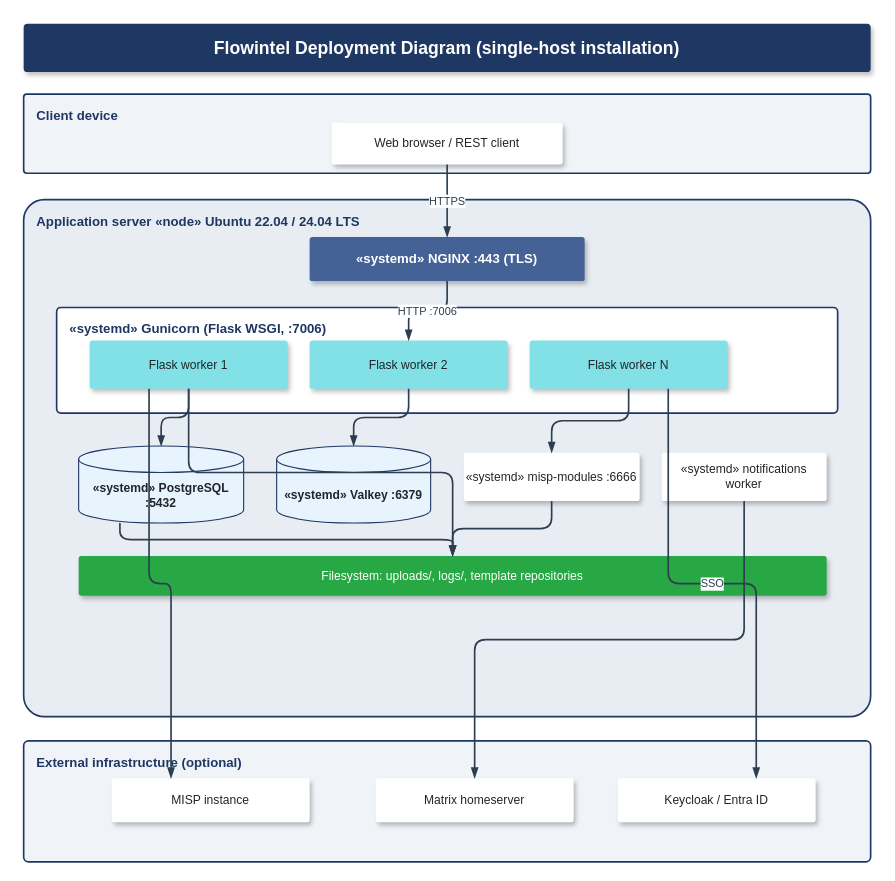
Before: doc/technical-specifications-diagrams/flowintel-technical-Deployment.drawio in flowintel/flowintel, a draw.io diagram. Source tidied: cells renumbered, new cells numbered last; positions are measured from the earlier drawing's top-left corner, leaving out a move shared by most shapes. Both pictures are drawn from the tidied source at 110%, with x=0, y=0 at pixel (23, 23).
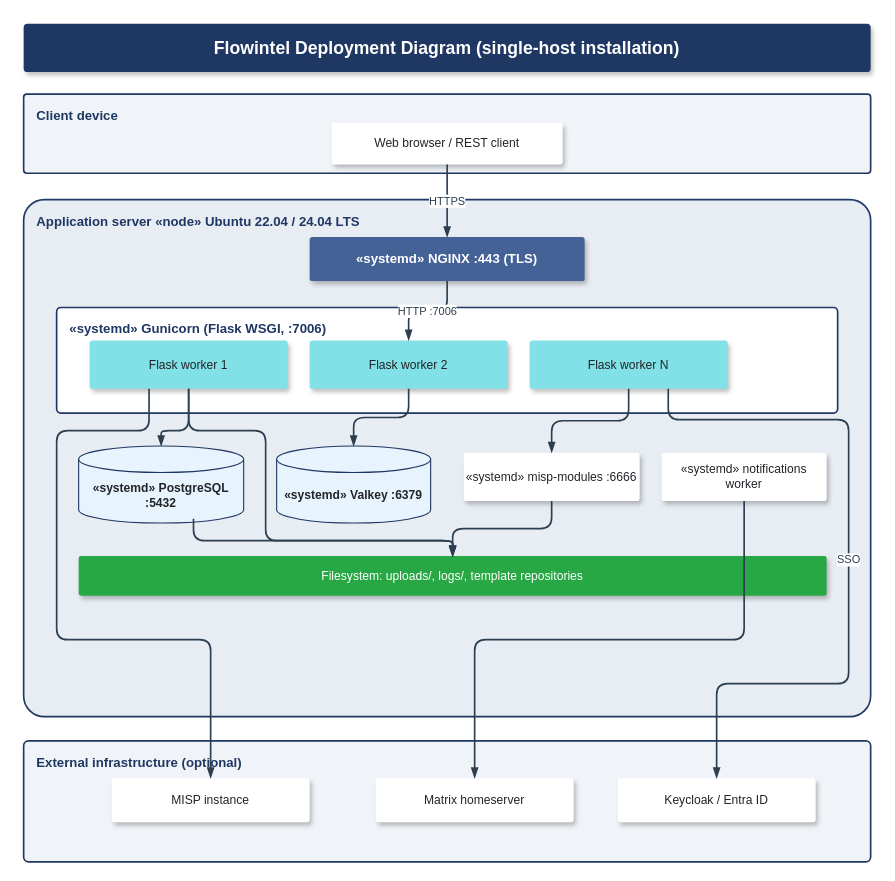
The same page after the edit.

Commit message (it also covers changes not shown here):
Initial version technical specifications and architecture according to EACTDA template

Unchanged cells that the change refers to:
```xml
<mxCell id="8" value="Flask worker 1" style="rounded=1;whiteSpace=wrap;html=1;fillColor=#81e1e6;strokeColor=none;arcSize=6;shadow=1;fontColor=#212529;fontStyle=0;fontSize=11;" parent="1" vertex="1">
  <mxGeometry x="60" y="288" width="180" height="44" as="geometry" />
</mxCell>
<mxCell id="10" value="Flask worker N" style="rounded=1;whiteSpace=wrap;html=1;fillColor=#81e1e6;strokeColor=none;arcSize=6;shadow=1;fontColor=#212529;fontStyle=0;fontSize=11;" parent="1" vertex="1">
  <mxGeometry x="460" y="288" width="180" height="44" as="geometry" />
</mxCell>
<mxCell id="11" value="«systemd» PostgreSQL :5432" style="shape=cylinder3;whiteSpace=wrap;html=1;boundedLbl=1;backgroundOutline=1;size=12;fillColor=#e8f4fd;strokeColor=#1f3763;fontColor=#212529;fontSize=11;fontStyle=1;" parent="1" vertex="1">
  <mxGeometry x="50" y="384" width="150" height="70" as="geometry" />
</mxCell>
<mxCell id="15" value="Filesystem: uploads/, logs/, template repositories" style="rounded=1;whiteSpace=wrap;html=1;fillColor=#28a745;strokeColor=none;arcSize=6;shadow=1;fontColor=#ffffff;fontStyle=0;fontSize=11;" parent="1" vertex="1">
  <mxGeometry x="50" y="484" width="680" height="36" as="geometry" />
</mxCell>
<mxCell id="17" value="MISP instance" style="rounded=1;whiteSpace=wrap;html=1;fillColor=#ffffff;strokeColor=none;arcSize=6;shadow=1;fontColor=#212529;fontStyle=0;fontSize=11;" parent="1" vertex="1">
  <mxGeometry x="80" y="686" width="180" height="40" as="geometry" />
</mxCell>
<mxCell id="19" value="Keycloak / Entra ID" style="rounded=1;whiteSpace=wrap;html=1;fillColor=#ffffff;strokeColor=none;arcSize=6;shadow=1;fontColor=#212529;fontStyle=0;fontSize=11;" parent="1" vertex="1">
  <mxGeometry x="540" y="686" width="180" height="40" as="geometry" />
</mxCell>
```

What changed in the source:
```diff
@@
     <mxCell id="22" style="edgeStyle=orthogonalEdgeStyle;rounded=1;html=1;strokeColor=#2c3e50;strokeWidth=1.5;fontColor=#2c3e50;endArrow=blockThin;endFill=1;startArrow=none;exitX=0.5;exitY=1;exitDx=0;exitDy=0;entryX=0.5;entryY=0;entryDx=0;entryDy=0;fontSize=10;" parent="1" edge="1" source="8" target="11">
-      <mxGeometry relative="1" as="geometry" />
+      <mxGeometry relative="1" as="geometry">
+        <Array as="points">
+          <mxPoint x="150" y="370" />
+          <mxPoint x="125" y="370" />
+        </Array>
+      </mxGeometry>
     </mxCell>
@@
     <mxCell id="25" style="edgeStyle=orthogonalEdgeStyle;rounded=1;html=1;strokeColor=#2c3e50;strokeWidth=1.5;fontColor=#2c3e50;endArrow=blockThin;endFill=1;startArrow=none;exitX=0.5;exitY=1;exitDx=0;exitDy=0;entryX=0.5;entryY=0;entryDx=0;entryDy=0;fontSize=10;" parent="1" edge="1" source="8" target="15">
-      <mxGeometry relative="1" as="geometry" />
+      <mxGeometry relative="1" as="geometry">
+        <Array as="points">
+          <mxPoint x="150" y="370" />
+          <mxPoint x="220" y="370" />
+          <mxPoint x="220" y="470" />
+          <mxPoint x="390" y="470" />
+        </Array>
+      </mxGeometry>
     </mxCell>
@@
-    <mxCell id="27" style="edgeStyle=orthogonalEdgeStyle;rounded=1;html=1;strokeColor=#2c3e50;strokeWidth=1.5;fontColor=#2c3e50;endArrow=blockThin;endFill=1;startArrow=none;exitX=0.25;exitY=1;exitDx=0;exitDy=0;entryX=0.5;entryY=0;entryDx=0;entryDy=0;fontSize=10;" parent="1" edge="1" source="11" target="15">
-      <mxGeometry relative="1" as="geometry" />
+    <mxCell id="27" style="edgeStyle=orthogonalEdgeStyle;rounded=1;html=1;strokeColor=#2c3e50;strokeWidth=1.5;fontColor=#2c3e50;endArrow=blockThin;endFill=1;startArrow=none;exitX=0.696;exitY=0.943;exitDx=0;exitDy=0;entryX=0.5;entryY=0;entryDx=0;entryDy=0;fontSize=10;exitPerimeter=0;" parent="1" edge="1" source="11">
+      <mxGeometry relative="1" as="geometry">
+        <mxPoint x="390" y="485" as="targetPoint" />
+        <Array as="points">
+          <mxPoint x="154.4" y="470" />
+          <mxPoint x="390" y="470" />
+        </Array>
+      </mxGeometry>
     </mxCell>
-    <mxCell id="28" style="edgeStyle=orthogonalEdgeStyle;rounded=1;html=1;strokeColor=#2c3e50;strokeWidth=1.5;fontColor=#2c3e50;endArrow=blockThin;endFill=1;startArrow=none;exitX=0.3;exitY=1;exitDx=0;exitDy=0;entryX=0.3;entryY=0;entryDx=0;entryDy=0;fontSize=10;" parent="1" edge="1" source="8" target="17">
-      <mxGeometry relative="1" as="geometry" />
+    <mxCell id="28" style="edgeStyle=orthogonalEdgeStyle;rounded=1;html=1;strokeColor=#2c3e50;strokeWidth=1.5;fontColor=#2c3e50;endArrow=blockThin;endFill=1;startArrow=none;exitX=0.3;exitY=1;exitDx=0;exitDy=0;entryX=0.5;entryY=0;entryDx=0;entryDy=0;fontSize=10;" parent="1" edge="1" source="8" target="17">
+      <mxGeometry relative="1" as="geometry">
+        <Array as="points">
+          <mxPoint x="114" y="370" />
+          <mxPoint x="30" y="370" />
+          <mxPoint x="30" y="560" />
+          <mxPoint x="170" y="560" />
+        </Array>
+      </mxGeometry>
     </mxCell>
@@
-    <mxCell id="30" value="SSO" style="edgeStyle=orthogonalEdgeStyle;rounded=1;html=1;strokeColor=#2c3e50;strokeWidth=1.5;fontColor=#2c3e50;endArrow=blockThin;endFill=1;startArrow=none;exitX=0.7;exitY=1;exitDx=0;exitDy=0;entryX=0.7;entryY=0;entryDx=0;entryDy=0;fontSize=10;" parent="1" edge="1" source="10" target="19">
-      <mxGeometry relative="1" as="geometry" />
+    <mxCell id="30" value="SSO" style="edgeStyle=orthogonalEdgeStyle;rounded=1;html=1;strokeColor=#2c3e50;strokeWidth=1.5;fontColor=#2c3e50;endArrow=blockThin;endFill=1;startArrow=none;exitX=0.7;exitY=1;exitDx=0;exitDy=0;entryX=0.5;entryY=0;entryDx=0;entryDy=0;fontSize=10;" parent="1" edge="1" source="10" target="19">
+      <mxGeometry relative="1" as="geometry">
+        <Array as="points">
+          <mxPoint x="586" y="360" />
+          <mxPoint x="750" y="360" />
+          <mxPoint x="750" y="600" />
+          <mxPoint x="630" y="600" />
+        </Array>
+      </mxGeometry>
     </mxCell>
```
